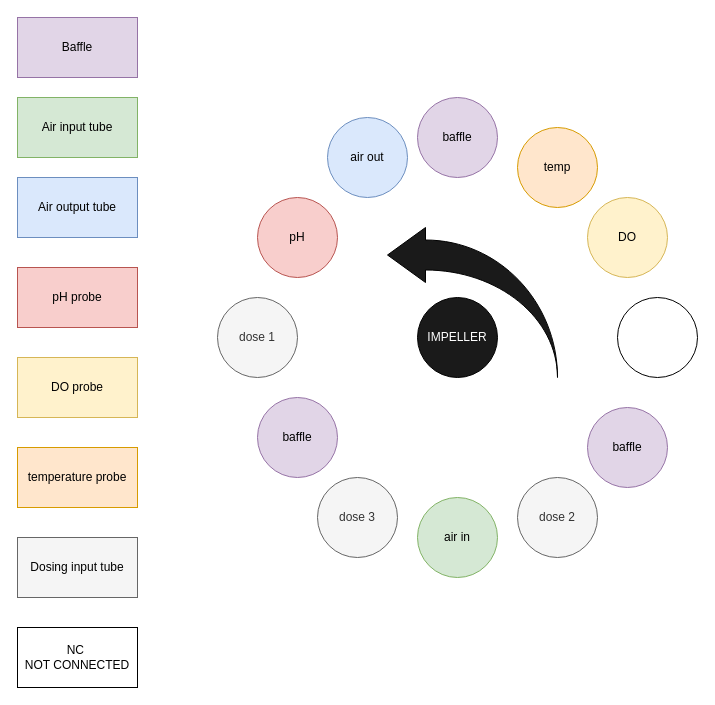
Above: docs/ports_layout.drawio in uwo-fast/open-source-bioreactor (draw.io), before the change. Source tidied: cells renumbered, new cells numbered last; positions are measured from the earlier drawing's top-left corner, leaving out a move shared by most shapes. Both pictures are drawn from the tidied source at 100%, with x=0, y=0 at pixel (17, 17).
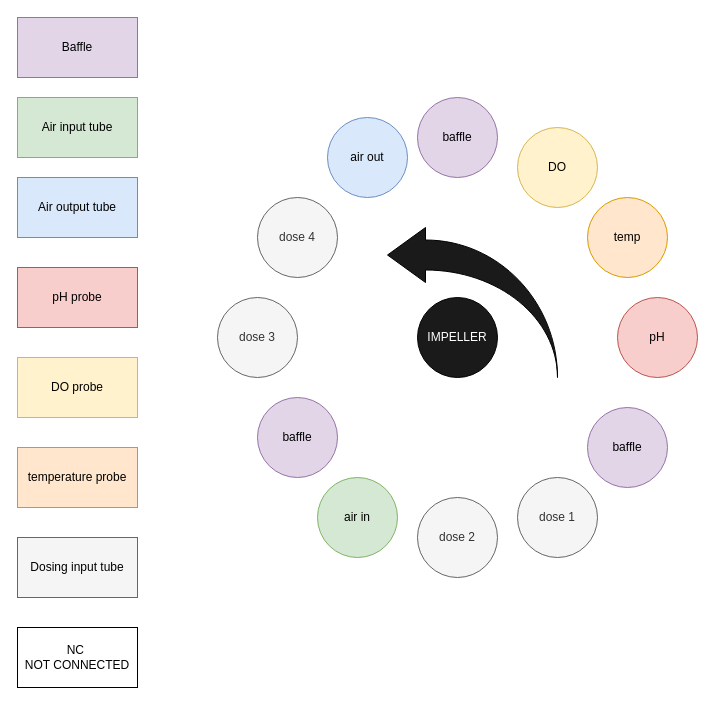
The same page after the edit.

The edit, as a diff of the source:
```diff
@@
-    <mxCell id="3" value="&lt;span style=&quot;color: rgb(0, 0, 0);&quot;&gt;air in&lt;/span&gt;" style="ellipse;whiteSpace=wrap;html=1;fillColor=#d5e8d4;strokeColor=#82b366;" parent="1" vertex="1">
+    <mxCell id="3" value="dose 2" style="ellipse;whiteSpace=wrap;html=1;fillColor=#f5f5f5;fontColor=#333333;strokeColor=#666666;" parent="1" vertex="1">
       <mxGeometry x="400" y="480" width="80" height="80" as="geometry" />
     </mxCell>
@@
-    <mxCell id="5" value="&lt;span style=&quot;color: rgb(51, 51, 51);&quot;&gt;dose 1&lt;/span&gt;" style="ellipse;whiteSpace=wrap;html=1;fillColor=#f5f5f5;fontColor=#333333;strokeColor=#666666;" parent="1" vertex="1">
+    <mxCell id="5" value="dose 3" style="ellipse;whiteSpace=wrap;html=1;fillColor=#f5f5f5;fontColor=#333333;strokeColor=#666666;" parent="1" vertex="1">
       <mxGeometry x="200" y="280" width="80" height="80" as="geometry" />
     </mxCell>
-    <mxCell id="6" style="ellipse;whiteSpace=wrap;html=1;" parent="1" vertex="1">
+    <mxCell id="6" value="pH" style="ellipse;whiteSpace=wrap;html=1;fillColor=#f8cecc;strokeColor=#b85450;" parent="1" vertex="1">
       <mxGeometry x="600" y="280" width="80" height="80" as="geometry" />
     </mxCell>
@@
-    <mxCell id="8" value="dose 2" style="ellipse;whiteSpace=wrap;html=1;fillColor=#f5f5f5;fontColor=#333333;strokeColor=#666666;" parent="1" vertex="1">
+    <mxCell id="8" value="dose 1" style="ellipse;whiteSpace=wrap;html=1;fillColor=#f5f5f5;fontColor=#333333;strokeColor=#666666;" parent="1" vertex="1">
       <mxGeometry x="500" y="460" width="80" height="80" as="geometry" />
     </mxCell>
-    <mxCell id="9" value="DO" style="ellipse;whiteSpace=wrap;html=1;fillColor=#fff2cc;strokeColor=#d6b656;" parent="1" vertex="1">
+    <mxCell id="9" value="temp" style="ellipse;whiteSpace=wrap;html=1;fillColor=#ffe6cc;strokeColor=#d79b00;" parent="1" vertex="1">
       <mxGeometry x="570" y="180" width="80" height="80" as="geometry" />
     </mxCell>
-    <mxCell id="10" value="temp" style="ellipse;whiteSpace=wrap;html=1;fillColor=#ffe6cc;strokeColor=#d79b00;" parent="1" vertex="1">
+    <mxCell id="10" value="DO" style="ellipse;whiteSpace=wrap;html=1;fillColor=#fff2cc;strokeColor=#d6b656;" parent="1" vertex="1">
       <mxGeometry x="500" y="110" width="80" height="80" as="geometry" />
     </mxCell>
@@
-    <mxCell id="12" value="pH" style="ellipse;whiteSpace=wrap;html=1;fillColor=#f8cecc;strokeColor=#b85450;" parent="1" vertex="1">
+    <mxCell id="12" value="dose 4" style="ellipse;whiteSpace=wrap;html=1;fillColor=#f5f5f5;fontColor=#333333;strokeColor=#666666;" parent="1" vertex="1">
       <mxGeometry x="240" y="180" width="80" height="80" as="geometry" />
     </mxCell>
@@
-    <mxCell id="14" value="dose 3" style="ellipse;whiteSpace=wrap;html=1;fillColor=#f5f5f5;fontColor=#333333;strokeColor=#666666;" parent="1" vertex="1">
+    <mxCell id="14" value="&lt;span style=&quot;color: rgb(0, 0, 0);&quot;&gt;air in&lt;/span&gt;" style="ellipse;whiteSpace=wrap;html=1;fillColor=#d5e8d4;strokeColor=#82b366;" parent="1" vertex="1">
       <mxGeometry x="300" y="460" width="80" height="80" as="geometry" />
     </mxCell>
```
